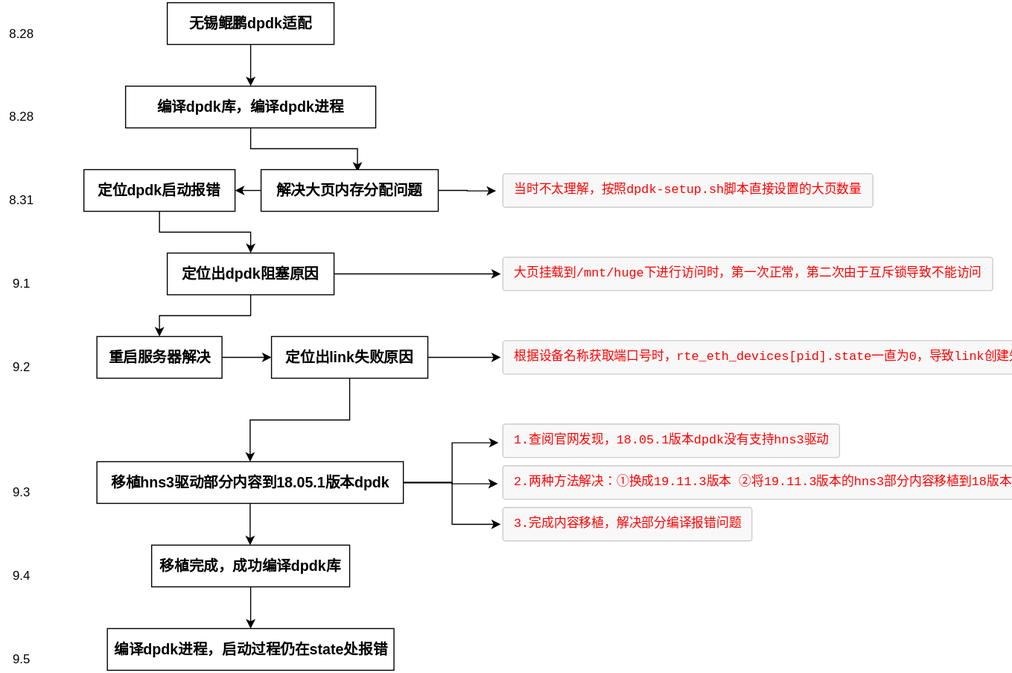
Above: DPDK/dpdk.svg in Archive-ch/DPDK (draw.io), before the change. Source tidied: cells renumbered, new cells last; positions are measured from the earlier drawing's top-left corner, leaving out a move shared by most shapes.
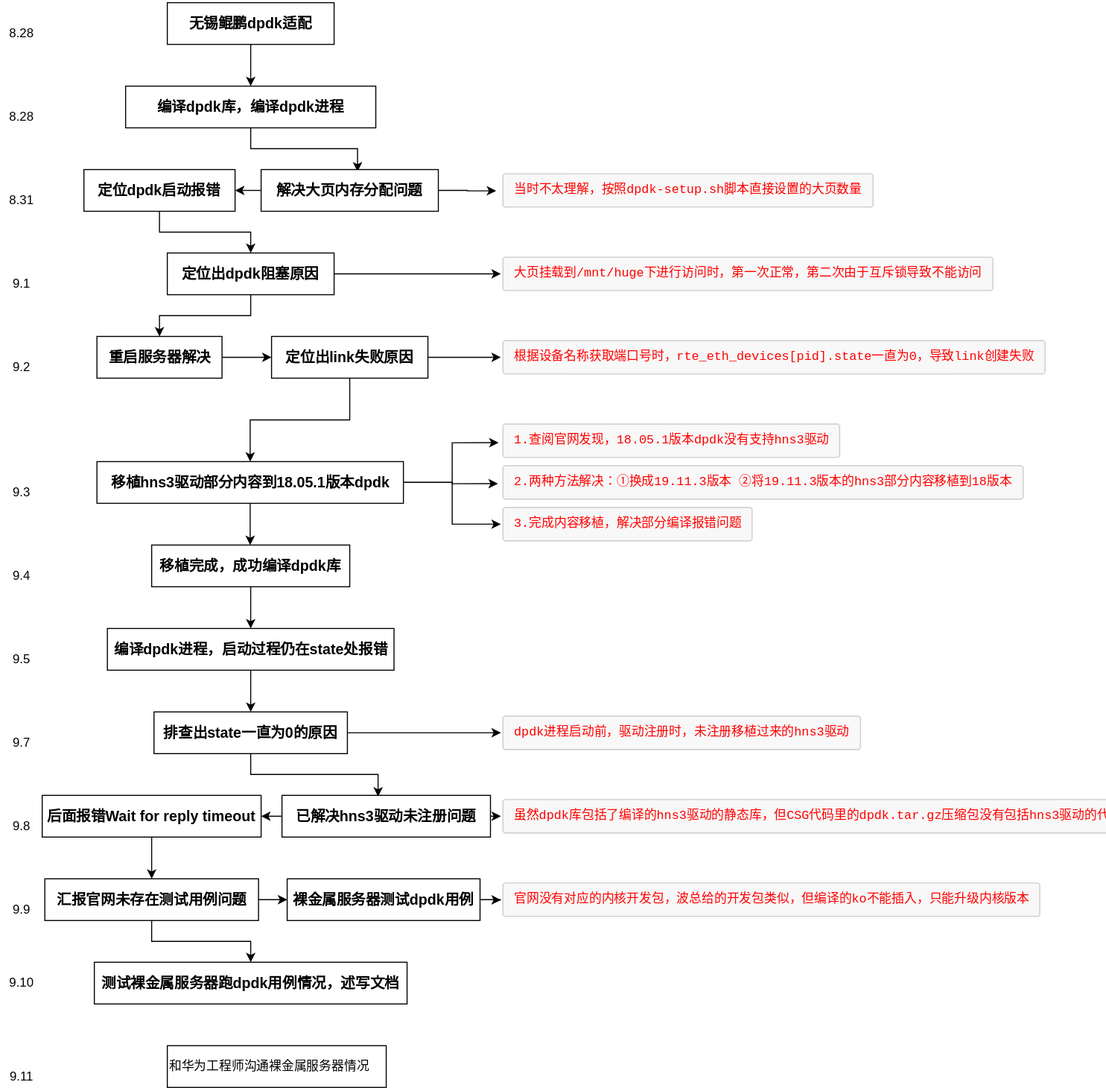
After the change.

What changed in the source:
```diff
@@ -115,11 +115,85 @@
     <mxCell id="38" value="9.4" style="text;html=1;align=center;verticalAlign=middle;" parent="1" vertex="1">
       <mxGeometry x="5" y="540" width="30" height="20" as="geometry" />
     </mxCell>
+    <mxCell id="41" style="edgeStyle=orthogonalEdgeStyle;rounded=0;jettySize=auto;html=1;entryX=0.5;entryY=0;entryDx=0;entryDy=0;" parent="1" edge="1" source="39" target="44">
+      <mxGeometry relative="1" as="geometry" />
+    </mxCell>
     <mxCell id="39" value="&lt;h3&gt;编译dpdk进程，启动过程仍在state处报错&lt;/h3&gt;" style="rounded=0;whiteSpace=wrap;html=1;align=center;" parent="1" vertex="1">
       <mxGeometry x="102.5" y="600" width="275" height="40" as="geometry" />
     </mxCell>
     <mxCell id="40" value="9.5" style="text;html=1;align=center;verticalAlign=middle;" parent="1" vertex="1">
       <mxGeometry x="5" y="620" width="30" height="20" as="geometry" />
     </mxCell>
+    <mxCell id="42" style="edgeStyle=orthogonalEdgeStyle;rounded=0;jettySize=auto;html=1;" parent="1" edge="1" source="44" target="46">
+      <mxGeometry relative="1" as="geometry" />
+    </mxCell>
+    <mxCell id="43" style="edgeStyle=orthogonalEdgeStyle;rounded=0;jettySize=auto;html=1;exitX=0.5;exitY=1;exitDx=0;exitDy=0;entryX=0.461;entryY=0.029;entryDx=0;entryDy=0;entryPerimeter=0;" parent="1" edge="1" source="44" target="49">
+      <mxGeometry relative="1" as="geometry" />
+    </mxCell>
+    <mxCell id="44" value="&lt;h3&gt;排查出state一直为0的原因&lt;/h3&gt;" style="rounded=0;whiteSpace=wrap;html=1;align=center;" parent="1" vertex="1">
+      <mxGeometry x="147.2" y="680" width="185.5" height="40" as="geometry" />
+    </mxCell>
+    <mxCell id="45" value="9.7" style="text;html=1;align=center;verticalAlign=middle;" parent="1" vertex="1">
+      <mxGeometry x="5" y="700" width="30" height="20" as="geometry" />
+    </mxCell>
+    <mxCell id="46" value="&lt;pre style=&quot;margin-top: 0px ; margin-bottom: 0px ; padding: 6px 10px ; background-color: rgb(248 , 248 , 248) ; border: 1px solid rgb(204 , 204 , 204) ; line-height: 19px ; overflow: auto ; border-radius: 3px ; overflow-wrap: break-word&quot;&gt;&lt;font color=&quot;#ff0000&quot;&gt;dpdk进程启动前，驱动注册时，未注册移植过来的hns3驱动&lt;/font&gt;&lt;/pre&gt;" style="text;html=1;align=left;verticalAlign=middle;points=[];" parent="1" vertex="1">
+      <mxGeometry x="480" y="680" width="350" height="40" as="geometry" />
+    </mxCell>
+    <mxCell id="47" style="edgeStyle=orthogonalEdgeStyle;rounded=0;jettySize=auto;html=1;exitX=1;exitY=0.5;exitDx=0;exitDy=0;" parent="1" edge="1" source="49">
+      <mxGeometry relative="1" as="geometry">
+        <mxPoint x="480" y="780" as="targetPoint" />
+      </mxGeometry>
+    </mxCell>
+    <mxCell id="48" style="edgeStyle=orthogonalEdgeStyle;rounded=0;jettySize=auto;html=1;exitX=0;exitY=0.5;exitDx=0;exitDy=0;entryX=1;entryY=0.5;entryDx=0;entryDy=0;" parent="1" edge="1" source="49" target="52">
+      <mxGeometry relative="1" as="geometry" />
+    </mxCell>
+    <mxCell id="49" value="&lt;h3&gt;已解决hns3驱动未注册问题&lt;/h3&gt;" style="whiteSpace=wrap;html=1;align=center;" parent="1" vertex="1">
+      <mxGeometry x="270" y="760" width="200" height="40" as="geometry" />
+    </mxCell>
+    <mxCell id="50" value="&lt;pre style=&quot;margin-top: 0px ; margin-bottom: 0px ; padding: 6px 10px ; background-color: rgb(248 , 248 , 248) ; border: 1px solid rgb(204 , 204 , 204) ; line-height: 19px ; overflow: auto ; border-radius: 3px ; overflow-wrap: break-word&quot;&gt;&lt;font color=&quot;#ff0000&quot;&gt;虽然dpdk库包括了编译的hns3驱动的静态库，但CSG代码里的dpdk.tar.gz压缩包没有包括hns3驱动的代码&lt;/font&gt;&lt;/pre&gt;" style="text;html=1;align=left;verticalAlign=middle;" parent="1" vertex="1">
+      <mxGeometry x="480" y="760" width="580" height="40" as="geometry" />
+    </mxCell>
+    <mxCell id="51" style="edgeStyle=orthogonalEdgeStyle;rounded=0;jettySize=auto;html=1;entryX=0.5;entryY=0;entryDx=0;entryDy=0;" parent="1" edge="1" source="52" target="56">
+      <mxGeometry relative="1" as="geometry" />
+    </mxCell>
+    <mxCell id="52" value="&lt;h3&gt;后面报错Wait for reply timeout&lt;/h3&gt;" style="whiteSpace=wrap;html=1;align=center;" parent="1" vertex="1">
+      <mxGeometry x="40" y="760" width="210" height="40" as="geometry" />
+    </mxCell>
+    <mxCell id="53" value="9.8" style="text;html=1;align=center;verticalAlign=middle;" parent="1" vertex="1">
+      <mxGeometry x="5" y="780" width="30" height="20" as="geometry" />
+    </mxCell>
+    <mxCell id="54" style="edgeStyle=orthogonalEdgeStyle;rounded=0;jettySize=auto;html=1;entryX=0;entryY=0.5;entryDx=0;entryDy=0;" parent="1" edge="1" source="56" target="59">
+      <mxGeometry relative="1" as="geometry" />
+    </mxCell>
+    <mxCell id="55" style="edgeStyle=orthogonalEdgeStyle;rounded=0;jettySize=auto;html=1;entryX=0.5;entryY=0;entryDx=0;entryDy=0;" parent="1" edge="1" source="56" target="62">
+      <mxGeometry relative="1" as="geometry" />
+    </mxCell>
+    <mxCell id="56" value="&lt;h3&gt;汇报官网未存在测试用例问题&lt;/h3&gt;" style="whiteSpace=wrap;html=1;align=center;" parent="1" vertex="1">
+      <mxGeometry x="42.5" y="840" width="205" height="40" as="geometry" />
+    </mxCell>
+    <mxCell id="57" value="9.9" style="text;html=1;align=center;verticalAlign=middle;" parent="1" vertex="1">
+      <mxGeometry x="5" y="860" width="30" height="20" as="geometry" />
+    </mxCell>
+    <mxCell id="58" style="edgeStyle=orthogonalEdgeStyle;rounded=0;jettySize=auto;html=1;exitX=1;exitY=0.5;exitDx=0;exitDy=0;entryX=0;entryY=0.51;entryDx=0;entryDy=0;entryPerimeter=0;" parent="1" edge="1" source="59" target="60">
+      <mxGeometry relative="1" as="geometry" />
+    </mxCell>
+    <mxCell id="59" value="&lt;h3&gt;裸金属服务器测试dpdk用例&lt;/h3&gt;" style="whiteSpace=wrap;html=1;align=center;" parent="1" vertex="1">
+      <mxGeometry x="275" y="840" width="185" height="40" as="geometry" />
+    </mxCell>
+    <mxCell id="60" value="&lt;pre style=&quot;margin-top: 0px ; margin-bottom: 0px ; padding: 6px 10px ; background-color: rgb(248 , 248 , 248) ; border: 1px solid rgb(204 , 204 , 204) ; line-height: 19px ; overflow: auto ; border-radius: 3px ; overflow-wrap: break-word&quot;&gt;&lt;font color=&quot;#ff0000&quot;&gt;官网没有对应的内核开发包，波总给的开发包类似，但编译的ko不能插入，只能升级内核版本&lt;/font&gt;&lt;/pre&gt;" style="text;html=1;align=left;verticalAlign=middle;points=[];" parent="1" vertex="1">
+      <mxGeometry x="480" y="840" width="520" height="40" as="geometry" />
+    </mxCell>
+    <mxCell id="61" value="9.10" style="text;html=1;align=center;verticalAlign=middle;" parent="1" vertex="1">
+      <mxGeometry y="930" width="40" height="20" as="geometry" />
+    </mxCell>
+    <mxCell id="62" value="&lt;h3&gt;测试裸金属服务器跑dpdk用例情况，述写文档&lt;/h3&gt;" style="whiteSpace=wrap;html=1;align=center;" parent="1" vertex="1">
+      <mxGeometry x="90" y="920" width="300" height="40" as="geometry" />
+    </mxCell>
+    <mxCell id="63" value="和华为工程师沟通裸金属服务器情况" style="rounded=0;whiteSpace=wrap;html=1;align=left;" parent="1" vertex="1">
+      <mxGeometry x="160" y="1000" width="210" height="40" as="geometry" />
+    </mxCell>
+    <mxCell id="64" value="9.11" style="text;html=1;align=center;verticalAlign=middle;" parent="1" vertex="1">
+      <mxGeometry y="1020" width="40" height="20" as="geometry" />
+    </mxCell>
   </root>
 </mxGraphModel>
```
